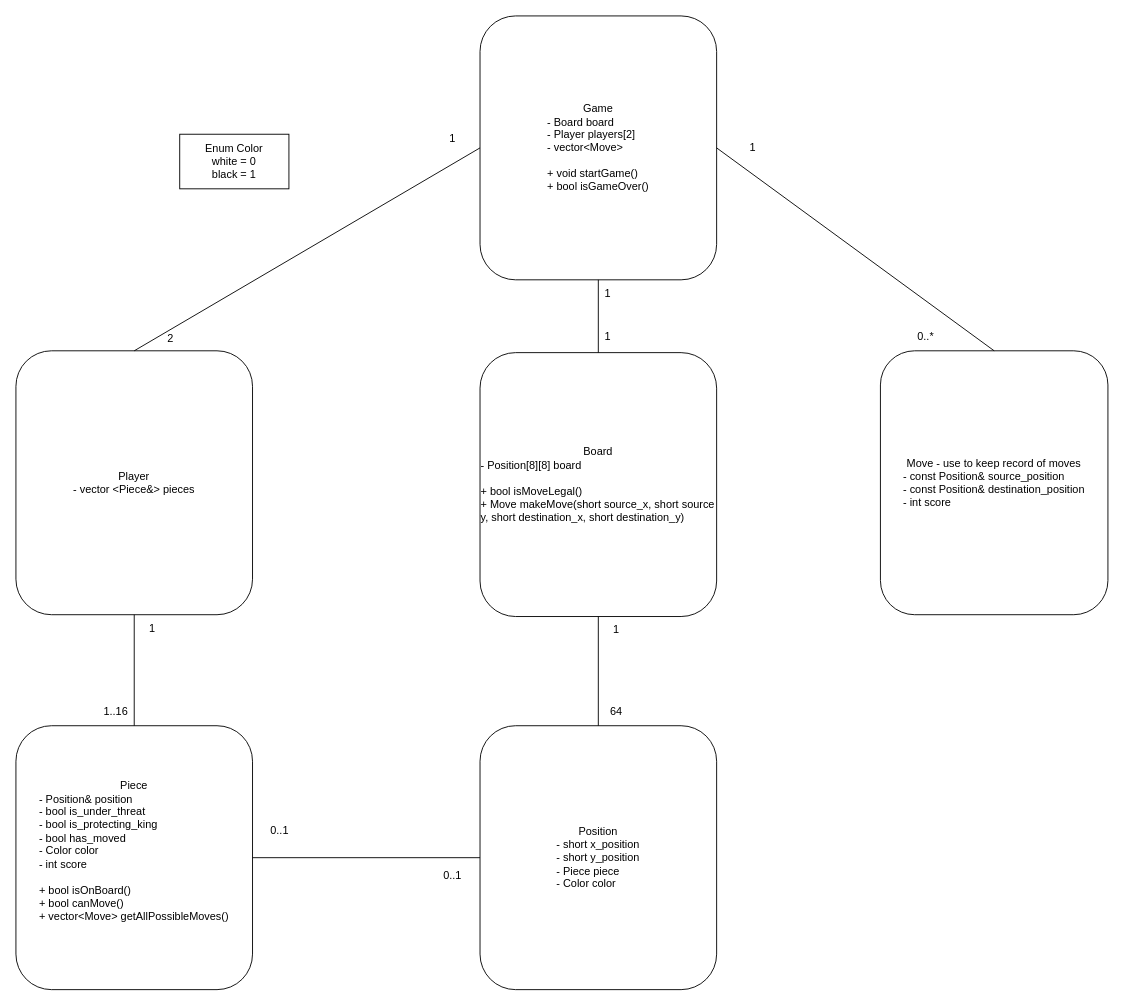
yamyam55/ChessEngine keeps this draw.io diagram as ChessEngine.drawio. Above is the earlier version. Source tidied: cells renumbered, new cells numbered last; positions are measured from the earlier drawing's top-left corner, leaving out a move shared by most shapes. Both pictures are drawn from the tidied source at 91%, with x=0, y=0 at pixel (15, 15).
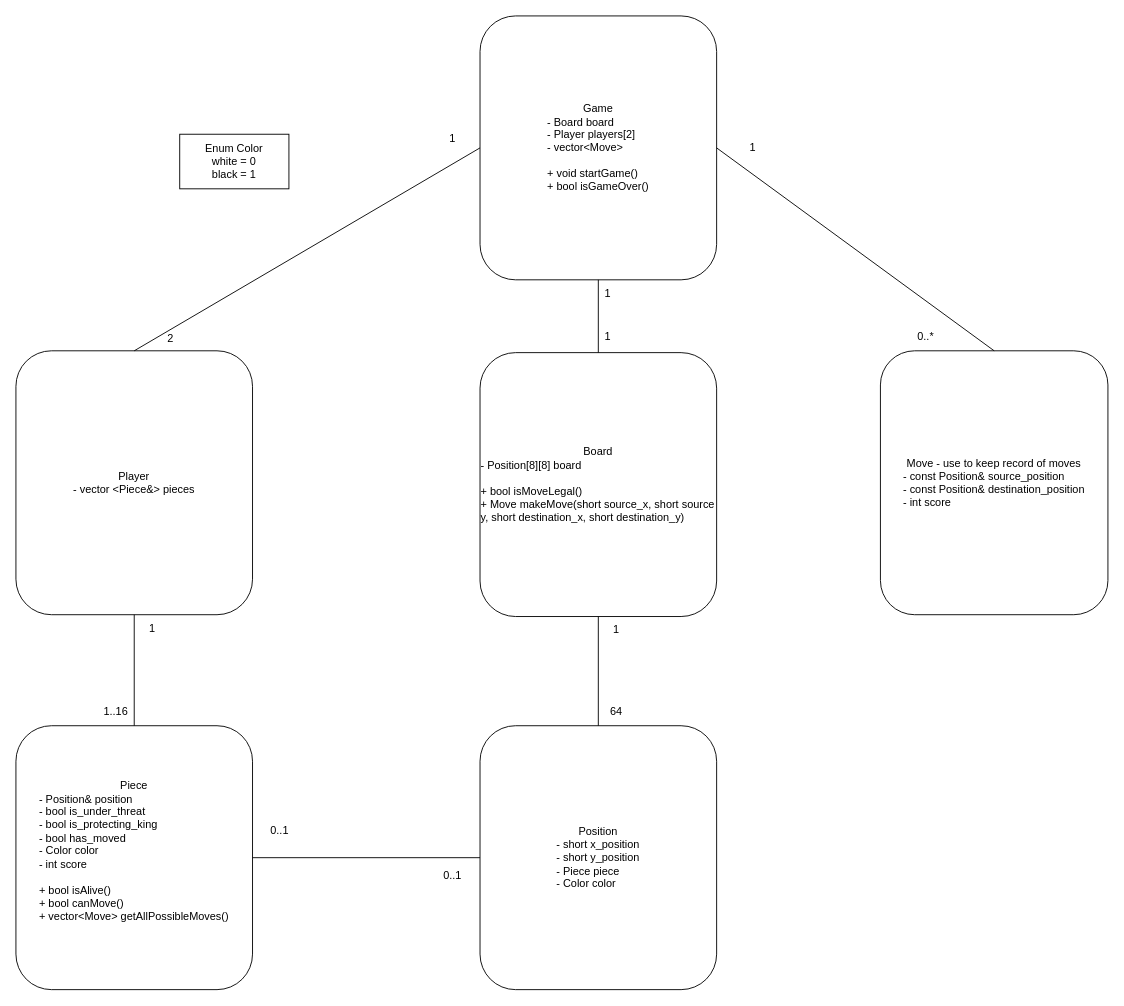
The same diagram, later.

Change to the diagram source:
```diff
@@
-    <mxCell id="2" value="Piece&lt;br&gt;&lt;div style=&quot;text-align: left;&quot;&gt;- Position&amp;amp; position&lt;/div&gt;&lt;div style=&quot;text-align: left;&quot;&gt;&lt;span style=&quot;background-color: initial;&quot;&gt;- bool is_under_threat&lt;/span&gt;&lt;/div&gt;&lt;div style=&quot;text-align: left;&quot;&gt;- bool is_protecting_king&lt;/div&gt;&lt;div style=&quot;text-align: left;&quot;&gt;- bool has_moved&lt;/div&gt;&lt;div style=&quot;text-align: left;&quot;&gt;- Color color&lt;/div&gt;&lt;div style=&quot;text-align: left;&quot;&gt;- int score&lt;/div&gt;&lt;div style=&quot;text-align: left;&quot;&gt;&lt;br&gt;&lt;/div&gt;&lt;div style=&quot;text-align: left;&quot;&gt;+ bool isOnBoard()&lt;br&gt;&lt;/div&gt;&lt;div style=&quot;text-align: left;&quot;&gt;+ bool canMove()&lt;/div&gt;&lt;div style=&quot;text-align: left;&quot;&gt;+ vector&amp;lt;Move&amp;gt; getAllPossibleMoves()&lt;/div&gt;&lt;div style=&quot;text-align: left;&quot;&gt;&amp;nbsp;&lt;/div&gt;" style="rounded=1;whiteSpace=wrap;html=1;" parent="1" vertex="1">
+    <mxCell id="2" value="Piece&lt;br&gt;&lt;div style=&quot;text-align: left;&quot;&gt;- Position&amp;amp; position&lt;/div&gt;&lt;div style=&quot;text-align: left;&quot;&gt;&lt;span style=&quot;background-color: initial;&quot;&gt;- bool is_under_threat&lt;/span&gt;&lt;/div&gt;&lt;div style=&quot;text-align: left;&quot;&gt;- bool is_protecting_king&lt;/div&gt;&lt;div style=&quot;text-align: left;&quot;&gt;- bool has_moved&lt;/div&gt;&lt;div style=&quot;text-align: left;&quot;&gt;- Color color&lt;/div&gt;&lt;div style=&quot;text-align: left;&quot;&gt;- int score&lt;/div&gt;&lt;div style=&quot;text-align: left;&quot;&gt;&lt;br&gt;&lt;/div&gt;&lt;div style=&quot;text-align: left;&quot;&gt;+ bool isAlive()&lt;br&gt;&lt;/div&gt;&lt;div style=&quot;text-align: left;&quot;&gt;+ bool canMove()&lt;/div&gt;&lt;div style=&quot;text-align: left;&quot;&gt;+ vector&amp;lt;Move&amp;gt; getAllPossibleMoves()&lt;/div&gt;&lt;div style=&quot;text-align: left;&quot;&gt;&amp;nbsp;&lt;/div&gt;" style="rounded=1;whiteSpace=wrap;html=1;" parent="1" vertex="1">
       <mxGeometry y="780" width="260" height="290" as="geometry" />
     </mxCell>
```
